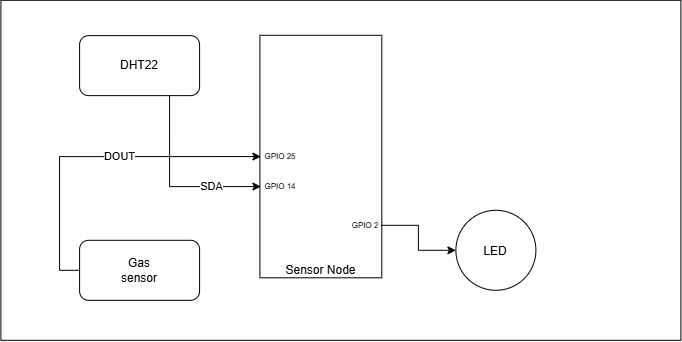
This is Wiring/Actuator Node Wiring.drawio.png from PhantomCNS/SHOS, a draw.io export, as it was before one commit. Source tidied: cells renumbered, new cells last; positions are measured from the earlier drawing's top-left corner, leaving out a move shared by most shapes.
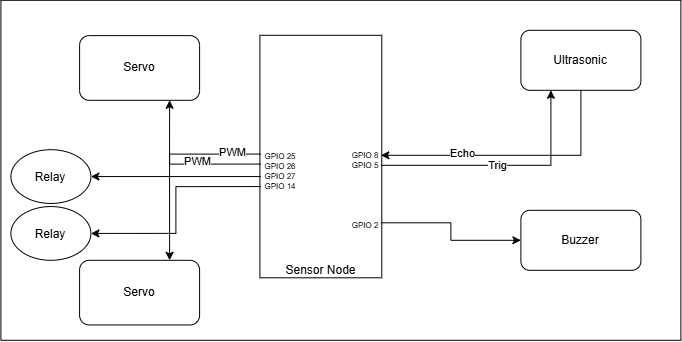
After the change.

Diff of the diagram source:
```diff
@@ -2,55 +2,103 @@
   <root>
     <mxCell id="0" />
     <mxCell id="1" parent="0" />
+    <mxCell id="18" style="group;" parent="1" vertex="1">
+      <mxGeometry width="680" height="340" as="geometry" />
+    </mxCell>
-    <mxCell id="2" style="rounded=0;whiteSpace=wrap;html=1;rotation=-90;" parent="1" vertex="1">
+    <mxCell id="2" style="rounded=0;whiteSpace=wrap;html=1;rotation=-90;" parent="18" vertex="1">
       <mxGeometry x="198.7" y="95.3" width="242.5" height="121.9" as="geometry" />
     </mxCell>
-    <mxCell id="3" value="Sensor Node" style="text;html=1;whiteSpace=wrap;strokeColor=none;fillColor=none;align=center;verticalAlign=middle;rounded=0;" parent="1" vertex="1">
+    <mxCell id="3" value="Sensor Node" style="text;html=1;whiteSpace=wrap;strokeColor=none;fillColor=none;align=center;verticalAlign=middle;rounded=0;" parent="18" vertex="1">
       <mxGeometry x="282.4" y="260" width="75.1" height="20" as="geometry" />
     </mxCell>
-    <mxCell id="4" style="edgeStyle=orthogonalEdgeStyle;rounded=0;jettySize=auto;html=1;" parent="1" edge="1" source="5" target="15">
-      <mxGeometry relative="1" as="geometry" />
-    </mxCell>
+    <mxCell id="19" style="edgeStyle=orthogonalEdgeStyle;rounded=0;jettySize=auto;html=1;exitX=1;exitY=0.5;exitDx=0;exitDy=0;entryX=0.25;entryY=1;entryDx=0;entryDy=0;" parent="18" edge="1" source="21" target="11">
+      <mxGeometry relative="1" as="geometry" />
+    </mxCell>
+    <mxCell id="20" value="Trig" style="edgeLabel;html=1;align=center;verticalAlign=middle;" parent="19" vertex="1">
+      <mxGeometry x="-0.06" relative="1" as="geometry" />
+    </mxCell>
+    <mxCell id="21" value="GPIO 5" style="text;html=1;whiteSpace=wrap;strokeColor=none;fillColor=none;align=center;verticalAlign=middle;rounded=0;fontSize=8;" parent="18" vertex="1">
+      <mxGeometry x="350" y="160" width="30" height="10" as="geometry" />
+    </mxCell>
+    <mxCell id="22" value="GPIO 8" style="text;html=1;whiteSpace=wrap;strokeColor=none;fillColor=none;align=center;verticalAlign=middle;rounded=0;fontSize=8;" parent="18" vertex="1">
+      <mxGeometry x="350" y="150" width="30" height="10" as="geometry" />
+    </mxCell>
-    <mxCell id="5" value="GPIO 2" style="text;html=1;whiteSpace=wrap;strokeColor=none;fillColor=none;align=center;verticalAlign=middle;rounded=0;fontSize=8;" parent="1" vertex="1">
+    <mxCell id="5" value="GPIO 2" style="text;html=1;whiteSpace=wrap;strokeColor=none;fillColor=none;align=center;verticalAlign=middle;rounded=0;fontSize=8;" parent="18" vertex="1">
       <mxGeometry x="350" y="220" width="30" height="10" as="geometry" />
     </mxCell>
+    <mxCell id="23" style="edgeStyle=orthogonalEdgeStyle;rounded=0;jettySize=auto;html=1;exitX=0;exitY=0.25;exitDx=0;exitDy=0;entryX=0.75;entryY=0;entryDx=0;entryDy=0;" parent="18" edge="1" source="6" target="34">
+      <mxGeometry relative="1" as="geometry" />
+    </mxCell>
+    <mxCell id="24" value="PWM" style="edgeLabel;html=1;align=center;verticalAlign=middle;" parent="23" vertex="1">
+      <mxGeometry x="-0.71" y="-2" relative="1" as="geometry" />
+    </mxCell>
-    <mxCell id="6" value="GPIO 25" style="text;html=1;whiteSpace=wrap;strokeColor=none;fillColor=none;align=center;verticalAlign=middle;rounded=0;fontSize=8;" parent="1" vertex="1">
+    <mxCell id="6" value="GPIO 25" style="text;html=1;whiteSpace=wrap;strokeColor=none;fillColor=none;align=center;verticalAlign=middle;rounded=0;fontSize=8;" parent="18" vertex="1">
       <mxGeometry x="260" y="151.3" width="40" height="10" as="geometry" />
     </mxCell>
+    <mxCell id="25" value="GPIO 26&lt;span style=&quot;color: rgba(0, 0, 0, 0); font-family: monospace; font-size: 0px; text-align: start; white-space: nowrap;&quot;&gt;%3CmxGraphModel%3E%3Croot%3E%3CmxCell%20id%3D%220%22%2F%3E%3CmxCell%20id%3D%221%22%20parent%3D%220%22%2F%3E%3CmxCell%20id%3D%222%22%20parent%3D%221%22%20style%3D%22text%3Bhtml%3D1%3BwhiteSpace%3Dwrap%3BstrokeColor%3Dnone%3BfillColor%3Dnone%3Balign%3Dcenter%3BverticalAlign%3Dmiddle%3Brounded%3D0%3BfontSize%3D8%3B%22%20value%3D%22GPIO%2025%22%20vertex%3D%221%22%3E%3CmxGeometry%20height%3D%2210%22%20width%3D%2240%22%20x%3D%22360%22%20y%3D%22271.26%22%20as%3D%22geometry%22%2F%3E%3C%2FmxCell%3E%3C%2Froot%3E%3C%2FmxGraphModel%3E&lt;/span&gt;" style="text;html=1;whiteSpace=wrap;strokeColor=none;fillColor=none;align=center;verticalAlign=middle;rounded=0;fontSize=8;" parent="18" vertex="1">
+      <mxGeometry x="260" y="161.3" width="40" height="10" as="geometry" />
+    </mxCell>
+    <mxCell id="26" style="edgeStyle=orthogonalEdgeStyle;rounded=0;jettySize=auto;html=1;exitX=0;exitY=0.5;exitDx=0;exitDy=0;entryX=1;entryY=0.5;entryDx=0;entryDy=0;" parent="18" edge="1" source="27" target="37">
+      <mxGeometry relative="1" as="geometry" />
+    </mxCell>
+    <mxCell id="27" value="GPIO 27" style="text;html=1;whiteSpace=wrap;strokeColor=none;fillColor=none;align=center;verticalAlign=middle;rounded=0;fontSize=8;" parent="18" vertex="1">
+      <mxGeometry x="260" y="171.3" width="40" height="10" as="geometry" />
+    </mxCell>
+    <mxCell id="28" style="edgeStyle=orthogonalEdgeStyle;rounded=0;jettySize=auto;html=1;exitX=0;exitY=0.5;exitDx=0;exitDy=0;entryX=1;entryY=0.5;entryDx=0;entryDy=0;" parent="18" edge="1" source="7" target="38">
+      <mxGeometry relative="1" as="geometry" />
+    </mxCell>
-    <mxCell id="7" value="GPIO 14" style="text;html=1;whiteSpace=wrap;strokeColor=none;fillColor=none;align=center;verticalAlign=middle;rounded=0;fontSize=8;" parent="1" vertex="1">
+    <mxCell id="7" value="GPIO 14" style="text;html=1;whiteSpace=wrap;strokeColor=none;fillColor=none;align=center;verticalAlign=middle;rounded=0;fontSize=8;" parent="18" vertex="1">
       <mxGeometry x="260" y="181.3" width="40" height="10" as="geometry" />
     </mxCell>
-    <mxCell id="8" style="edgeStyle=orthogonalEdgeStyle;rounded=0;jettySize=auto;html=1;exitX=0;exitY=0.5;exitDx=0;exitDy=0;entryX=0;entryY=0.5;entryDx=0;entryDy=0;startArrow=classic;startFill=1;endArrow=none;endFill=0;" parent="1" edge="1" source="6" target="13">
-      <mxGeometry relative="1" as="geometry" />
-    </mxCell>
-    <mxCell id="9" value="DOUT" style="edgeLabel;html=1;align=center;verticalAlign=middle;" parent="8" vertex="1">
-      <mxGeometry x="-0.15" y="3" relative="1" as="geometry">
-        <mxPoint y="-4" as="offset" />
-      </mxGeometry>
-    </mxCell>
-    <mxCell id="10" style="swimlane;startSize=0;" parent="1" vertex="1">
-      <mxGeometry width="680" height="340" as="geometry" />
-    </mxCell>
+    <mxCell id="29" style="edgeStyle=orthogonalEdgeStyle;rounded=0;jettySize=auto;html=1;exitX=0.5;exitY=1;exitDx=0;exitDy=0;entryX=1;entryY=0.5;entryDx=0;entryDy=0;" parent="18" edge="1" source="11" target="22">
+      <mxGeometry relative="1" as="geometry" />
+    </mxCell>
+    <mxCell id="30" value="Echo" style="edgeLabel;html=1;align=center;verticalAlign=middle;" parent="29" vertex="1">
+      <mxGeometry x="0.39" y="-2" relative="1" as="geometry" />
+    </mxCell>
-    <mxCell id="11" style="rounded=1;whiteSpace=wrap;html=1;" parent="10" vertex="1">
-      <mxGeometry x="78.7" y="35.3" width="120" height="60" as="geometry" />
+    <mxCell id="11" style="rounded=1;whiteSpace=wrap;html=1;" parent="18" vertex="1">
+      <mxGeometry x="520" y="30" width="120" height="60" as="geometry" />
     </mxCell>
-    <mxCell id="12" value="DHT22" style="text;html=1;whiteSpace=wrap;strokeColor=none;fillColor=none;align=center;verticalAlign=middle;rounded=0;" parent="10" vertex="1">
-      <mxGeometry x="108.7" y="50.3" width="60" height="30" as="geometry" />
+    <mxCell id="12" value="Ultrasonic" style="text;html=1;whiteSpace=wrap;strokeColor=none;fillColor=none;align=center;verticalAlign=middle;rounded=0;" parent="18" vertex="1">
+      <mxGeometry x="550" y="45" width="60" height="30" as="geometry" />
     </mxCell>
+    <mxCell id="31" style="edgeStyle=orthogonalEdgeStyle;rounded=0;jettySize=auto;html=1;entryX=0;entryY=0.25;entryDx=0;entryDy=0;exitX=0.75;exitY=1;exitDx=0;exitDy=0;endArrow=none;endFill=0;startArrow=classic;startFill=1;" parent="18" edge="1" source="33" target="25">
+      <mxGeometry relative="1" as="geometry" />
+    </mxCell>
+    <mxCell id="32" value="PWM" style="edgeLabel;html=1;align=center;verticalAlign=middle;" parent="31" vertex="1">
+      <mxGeometry x="0.54" y="-1" relative="1" as="geometry">
+        <mxPoint x="-28" y="-4" as="offset" />
+      </mxGeometry>
+    </mxCell>
+    <mxCell id="33" style="rounded=1;whiteSpace=wrap;html=1;" parent="18" vertex="1">
+      <mxGeometry x="78.7" y="35.3" width="120" height="64.7" as="geometry" />
+    </mxCell>
+    <mxCell id="34" style="rounded=1;whiteSpace=wrap;html=1;" parent="18" vertex="1">
+      <mxGeometry x="78.7" y="260" width="120" height="64.7" as="geometry" />
+    </mxCell>
+    <mxCell id="35" value="Servo" style="text;html=1;whiteSpace=wrap;strokeColor=none;fillColor=none;align=center;verticalAlign=middle;rounded=0;" parent="18" vertex="1">
+      <mxGeometry x="108.7" y="52.7" width="60" height="30" as="geometry" />
+    </mxCell>
+    <mxCell id="36" value="Servo" style="text;html=1;whiteSpace=wrap;strokeColor=none;fillColor=none;align=center;verticalAlign=middle;rounded=0;" parent="18" vertex="1">
+      <mxGeometry x="108.7" y="277.3" width="60" height="30" as="geometry" />
+    </mxCell>
-    <mxCell id="13" style="rounded=1;whiteSpace=wrap;html=1;" parent="10" vertex="1">
-      <mxGeometry x="78.7" y="240" width="120" height="60" as="geometry" />
+    <mxCell id="13" style="rounded=1;whiteSpace=wrap;html=1;" parent="18" vertex="1">
+      <mxGeometry x="520" y="210" width="120" height="60" as="geometry" />
     </mxCell>
-    <mxCell id="14" value="Gas sensor" style="text;html=1;whiteSpace=wrap;strokeColor=none;fillColor=none;align=center;verticalAlign=middle;rounded=0;" parent="10" vertex="1">
-      <mxGeometry x="108.7" y="255" width="60" height="30" as="geometry" />
+    <mxCell id="14" value="Buzzer" style="text;html=1;whiteSpace=wrap;strokeColor=none;fillColor=none;align=center;verticalAlign=middle;rounded=0;" parent="18" vertex="1">
+      <mxGeometry x="550" y="225" width="60" height="30" as="geometry" />
     </mxCell>
-    <mxCell id="15" value="LED" style="ellipse;whiteSpace=wrap;html=1;shapeInside=1;" parent="10" vertex="1">
-      <mxGeometry x="455" y="210" width="80" height="80" as="geometry" />
-    </mxCell>
-    <mxCell id="16" style="edgeStyle=orthogonalEdgeStyle;rounded=0;jettySize=auto;html=1;exitX=0.75;exitY=1;exitDx=0;exitDy=0;entryX=0;entryY=0.5;entryDx=0;entryDy=0;" parent="1" edge="1" source="11" target="7">
-      <mxGeometry relative="1" as="geometry" />
-    </mxCell>
-    <mxCell id="17" value="SDA" style="edgeLabel;html=1;align=center;verticalAlign=middle;" parent="16" vertex="1">
-      <mxGeometry x="0.46" y="1" relative="1" as="geometry" />
-    </mxCell>
+    <mxCell id="8" style="edgeStyle=orthogonalEdgeStyle;rounded=0;jettySize=auto;html=1;exitX=1;exitY=0.25;exitDx=0;exitDy=0;entryX=0;entryY=0.5;entryDx=0;entryDy=0;" parent="18" edge="1" source="5" target="13">
+      <mxGeometry relative="1" as="geometry" />
+    </mxCell>
+    <mxCell id="37" value="Relay" style="ellipse;whiteSpace=wrap;html=1;shapeInside=1;" parent="18" vertex="1">
+      <mxGeometry x="10" y="149.4" width="80" height="53.8" as="geometry" />
+    </mxCell>
+    <mxCell id="38" value="Relay" style="ellipse;whiteSpace=wrap;html=1;shapeInside=1;" parent="18" vertex="1">
+      <mxGeometry x="10" y="206.2" width="80" height="53.8" as="geometry" />
+    </mxCell>
+    <mxCell id="10" style="swimlane;startSize=0;" parent="18" vertex="1">
+      <mxGeometry width="680" height="340" as="geometry" />
+    </mxCell>
   </root>
 </mxGraphModel>
```
